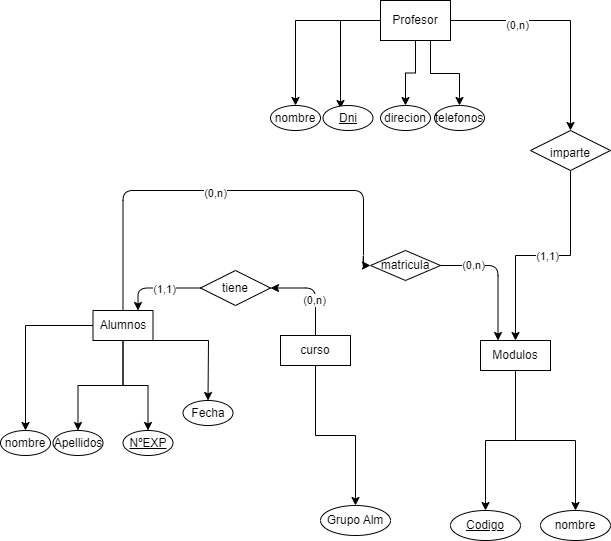
Before: Ejercicios/images/diagrama_BAE_E2.drawio.png, a diagram exported from draw.io (adogonz23/BAE). Source tidied: cells renumbered, new cells last; positions are measured from the earlier drawing's top-left corner, leaving out a move shared by most shapes.
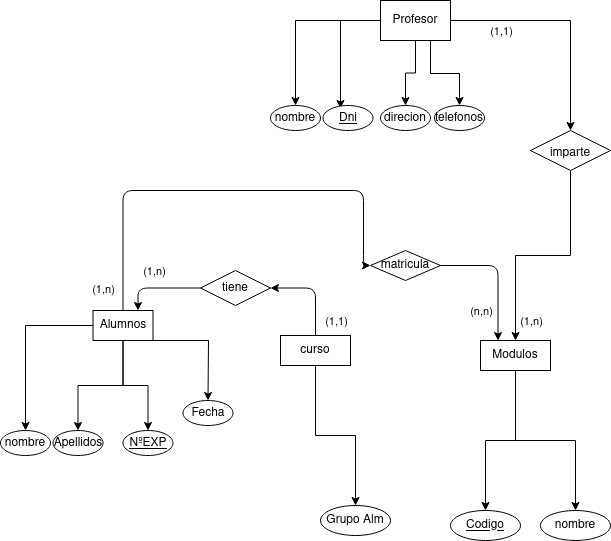
After the commit.

The edit, as a diff of the source:
```diff
@@ -89,8 +89,10 @@
     <mxCell id="27" style="edgeStyle=orthogonalEdgeStyle;rounded=0;hachureGap=4;jettySize=auto;html=1;entryX=0.5;entryY=0;entryDx=0;entryDy=0;fontFamily=Architects Daughter;fontSource=https%3A%2F%2Ffonts.googleapis.com%2Fcss%3Ffamily%3DArchitects%2BDaughter;fontSize=16;" parent="1" edge="1" source="29" target="36">
       <mxGeometry relative="1" as="geometry" />
     </mxCell>
-    <mxCell id="28" value="(0,n)" style="edgeLabel;html=1;align=center;verticalAlign=middle;" parent="27" vertex="1">
-      <mxGeometry x="-0.43" y="-4" relative="1" as="geometry" />
+    <mxCell id="28" value="&lt;div&gt;(1,1)&lt;/div&gt;" style="edgeLabel;html=1;align=center;verticalAlign=middle;" parent="27" vertex="1">
+      <mxGeometry x="-0.43" y="-4" relative="1" as="geometry">
+        <mxPoint x="-16" y="6" as="offset" />
+      </mxGeometry>
     </mxCell>
     <mxCell id="29" value="Profesor" style="rounded=0;whiteSpace=wrap;html=1;labelBackgroundColor=none;" parent="1" vertex="1">
       <mxGeometry x="380" width="70" height="40" as="geometry" />
@@ -110,8 +112,10 @@
     <mxCell id="34" style="edgeStyle=orthogonalEdgeStyle;rounded=0;hachureGap=4;jettySize=auto;html=1;exitX=0.5;exitY=1;exitDx=0;exitDy=0;entryX=0.5;entryY=0;entryDx=0;entryDy=0;fontFamily=Architects Daughter;fontSource=https%3A%2F%2Ffonts.googleapis.com%2Fcss%3Ffamily%3DArchitects%2BDaughter;fontSize=16;" parent="1" edge="1" source="36" target="15">
       <mxGeometry relative="1" as="geometry" />
     </mxCell>
-    <mxCell id="35" value="(1,1)" style="edgeLabel;html=1;align=center;verticalAlign=middle;" parent="34" vertex="1">
-      <mxGeometry x="-0.03" relative="1" as="geometry" />
+    <mxCell id="35" value="(1,n)" style="edgeLabel;html=1;align=center;verticalAlign=middle;" parent="34" vertex="1">
+      <mxGeometry x="-0.03" relative="1" as="geometry">
+        <mxPoint x="-16" y="65" as="offset" />
+      </mxGeometry>
     </mxCell>
     <mxCell id="36" value="&lt;font style=&quot;font-size: 12px;&quot; face=&quot;Helvetica&quot;&gt;imparte&lt;/font&gt;" style="rhombus;whiteSpace=wrap;html=1;hachureGap=4;fontFamily=Architects Daughter;fontSource=https%3A%2F%2Ffonts.googleapis.com%2Fcss%3Ffamily%3DArchitects%2BDaughter;fontSize=20;rounded=0;" parent="1" vertex="1">
       <mxGeometry x="530" y="130" width="80" height="40" as="geometry" />
@@ -119,8 +123,10 @@
     <mxCell id="37" style="edgeStyle=orthogonalEdgeStyle;jettySize=auto;html=1;entryX=0.25;entryY=0;entryDx=0;entryDy=0;" parent="1" edge="1" source="39" target="15">
       <mxGeometry relative="1" as="geometry" />
     </mxCell>
-    <mxCell id="38" value="(0,n)" style="edgeLabel;html=1;align=center;verticalAlign=middle;" parent="37" vertex="1">
-      <mxGeometry x="-0.52" y="1" relative="1" as="geometry" />
+    <mxCell id="38" value="(n,n)" style="edgeLabel;html=1;align=center;verticalAlign=middle;" parent="37" vertex="1">
+      <mxGeometry x="-0.52" y="1" relative="1" as="geometry">
+        <mxPoint x="8" y="46" as="offset" />
+      </mxGeometry>
     </mxCell>
     <mxCell id="39" value="matricula" style="rhombus;whiteSpace=wrap;html=1;" parent="1" vertex="1">
       <mxGeometry x="370" y="250" width="70" height="30" as="geometry" />
@@ -134,16 +140,18 @@
         </Array>
       </mxGeometry>
     </mxCell>
-    <mxCell id="41" value="(0,n)" style="edgeLabel;html=1;align=center;verticalAlign=middle;" parent="40" vertex="1">
-      <mxGeometry x="-0.04" y="-2" relative="1" as="geometry">
-        <mxPoint x="1" as="offset" />
-      </mxGeometry>
-    </mxCell>
+    <mxCell id="47" value="(1,n)" style="edgeLabel;html=1;align=center;verticalAlign=middle;" parent="40" vertex="1">
+      <mxGeometry x="0.06" relative="1" as="geometry">
+        <mxPoint x="-134" y="98" as="offset" />
+      </mxGeometry>
+    </mxCell>
     <mxCell id="42" style="edgeStyle=orthogonalEdgeStyle;jettySize=auto;html=1;entryX=0.75;entryY=0;entryDx=0;entryDy=0;" parent="1" edge="1" source="44" target="5">
       <mxGeometry relative="1" as="geometry" />
     </mxCell>
-    <mxCell id="43" value="(1,1)" style="edgeLabel;html=1;align=center;verticalAlign=middle;" parent="42" vertex="1">
-      <mxGeometry x="-0.13" y="1" relative="1" as="geometry" />
+    <mxCell id="43" value="(1,n)" style="edgeLabel;html=1;align=center;verticalAlign=middle;" parent="42" vertex="1">
+      <mxGeometry x="-0.13" y="1" relative="1" as="geometry">
+        <mxPoint x="-10" y="-18" as="offset" />
+      </mxGeometry>
     </mxCell>
     <mxCell id="44" value="tiene" style="rhombus;whiteSpace=wrap;html=1;" parent="1" vertex="1">
       <mxGeometry x="200" y="270" width="70" height="35" as="geometry" />
@@ -151,8 +159,10 @@
     <mxCell id="45" style="edgeStyle=orthogonalEdgeStyle;jettySize=auto;html=1;entryX=1;entryY=0.5;entryDx=0;entryDy=0;exitX=0.5;exitY=0;exitDx=0;exitDy=0;" parent="1" edge="1" source="20" target="44">
       <mxGeometry relative="1" as="geometry" />
     </mxCell>
-    <mxCell id="46" value="(0,n)" style="edgeLabel;html=1;align=center;verticalAlign=middle;" parent="45" vertex="1">
-      <mxGeometry x="-0.22" y="2" relative="1" as="geometry" />
+    <mxCell id="46" value="(1,1)" style="edgeLabel;html=1;align=center;verticalAlign=middle;" parent="45" vertex="1">
+      <mxGeometry x="-0.22" y="2" relative="1" as="geometry">
+        <mxPoint x="22" y="21" as="offset" />
+      </mxGeometry>
     </mxCell>
   </root>
 </mxGraphModel>
```
